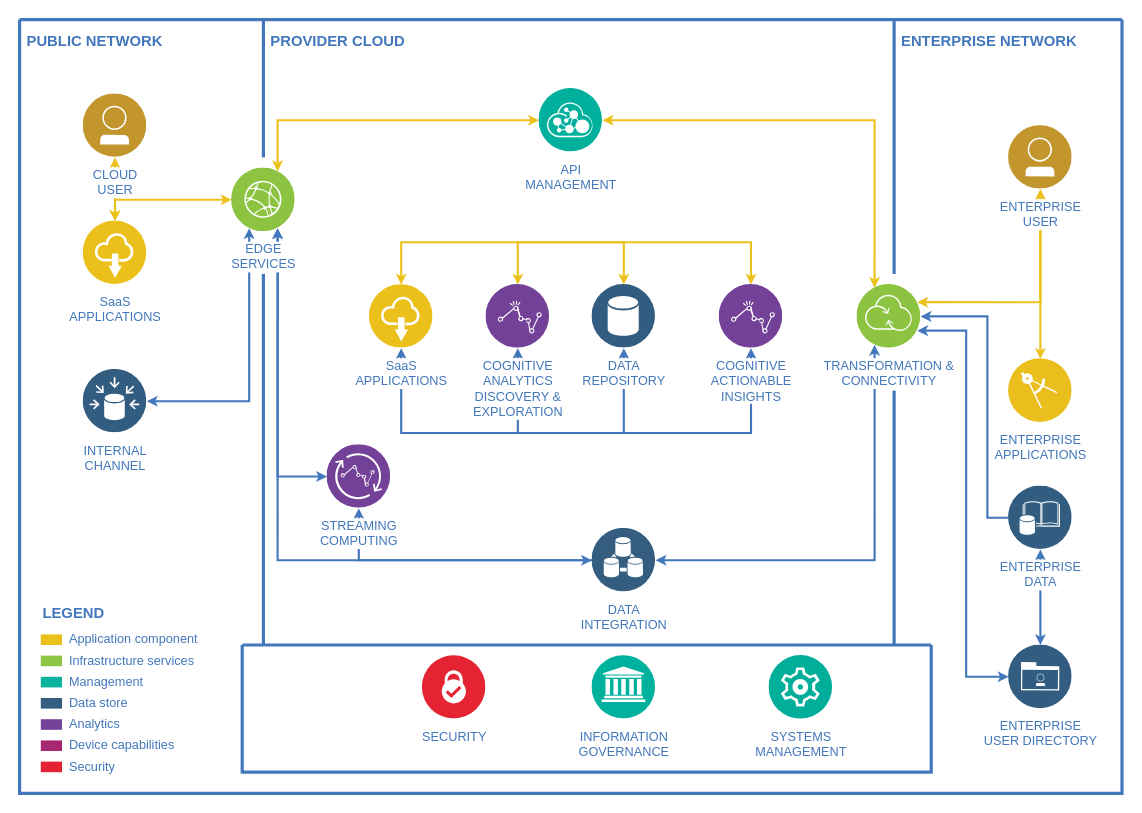
danifcardon/danielCardonProyects keeps this draw.io diagram as Untitled Diagram.drawio. Above is the earlier version. Source tidied: cells renumbered, new cells numbered last; positions are measured from the earlier drawing's top-left corner, leaving out a move shared by most shapes. Both pictures are drawn from the tidied source at 106%, with x=0, y=0 at pixel (19, 19).
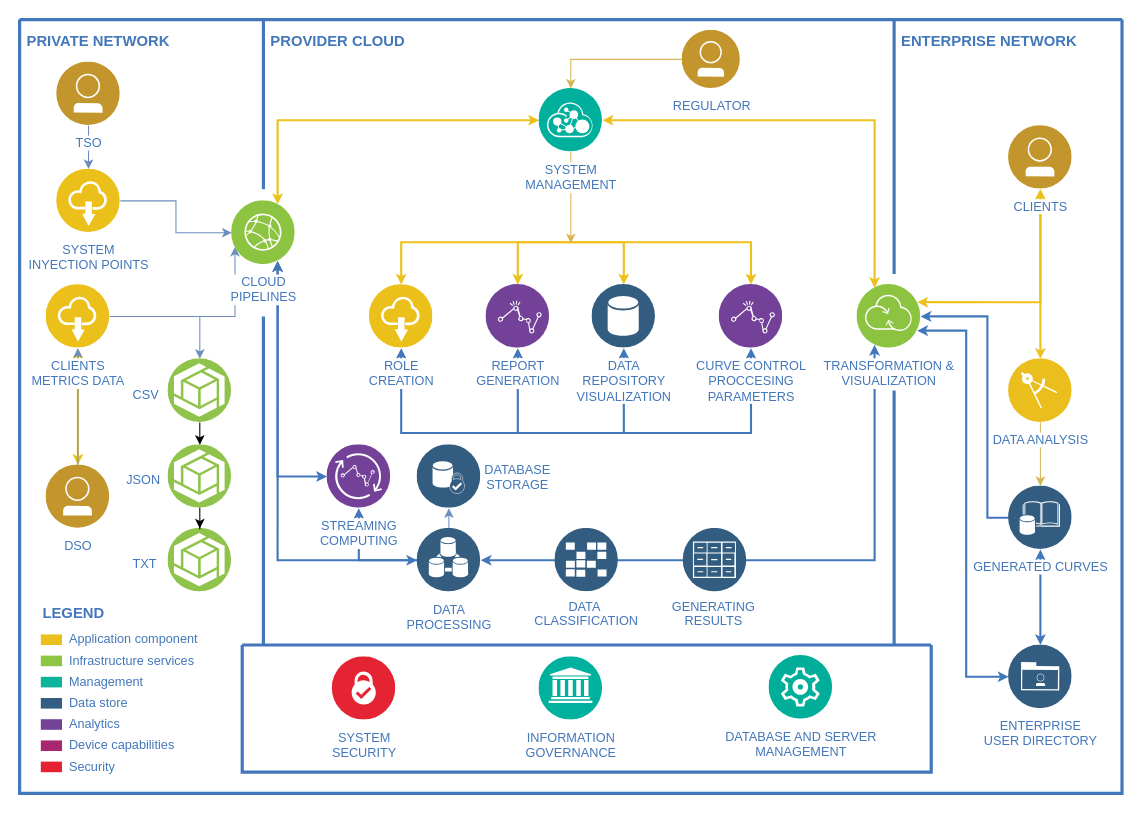
After the change.

The change refers to these unchanged cells:
```xml
<mxCell id="2" style="swimlane;shadow=0;strokeColor=#4277BB;fillColor=#ffffff;fontColor=none;align=right;startSize=0;noLabel=1;strokeWidth=3;" parent="1" vertex="1">
  <mxGeometry width="1040" height="730" as="geometry" />
</mxCell>
<mxCell id="37" style="swimlane;shadow=0;labelBackgroundColor=#007FFF;strokeColor=#4277BB;fillColor=none;gradientColor=none;fontColor=#000000;align=right;startSize=0;strokeWidth=3;" parent="2" vertex="1">
  <mxGeometry x="210" y="590" width="650" height="120" as="geometry" />
</mxCell>
```

What changed in the source:
```diff
@@
-    <mxCell id="5" style="edgeStyle=orthogonalEdgeStyle;rounded=0;html=1;entryX=0.25;entryY=1;labelBackgroundColor=#ffffff;jettySize=auto;strokeColor=#4277BB;fontColor=#000000;strokeWidth=2;endSize=4;startSize=4;startArrow=classic;startFill=1;" parent="2" edge="1" source="23" target="24">
-      <mxGeometry relative="1" as="geometry" />
-    </mxCell>
@@
+    <mxCell id="56" style="edgeStyle=orthogonalEdgeStyle;rounded=0;jettySize=auto;html=1;fillColor=#dae8fc;strokeColor=#6c8ebf;" parent="2" edge="1" source="20" target="22">
+      <mxGeometry relative="1" as="geometry" />
+    </mxCell>
-    <mxCell id="20" value="CLOUD&lt;div&gt;USER&lt;/div&gt;" style="perimeter=ellipsePerimeter;html=1;align=center;shadow=0;dashed=0;image;image=img/lib/ibm/users/user.svg;strokeColor=#FF0000;fillColor=#FFFF66;gradientColor=none;fontColor=#4277BB;labelBackgroundColor=#ffffff;fontSize=12;spacingTop=3;" parent="2" vertex="1">
-      <mxGeometry x="60" y="70" width="60" height="60" as="geometry" />
+    <mxCell id="20" value="DSO" style="perimeter=ellipsePerimeter;html=1;align=center;shadow=0;dashed=0;image;image=img/lib/ibm/users/user.svg;strokeColor=#FF0000;fillColor=#FFFF66;gradientColor=none;fontColor=#4277BB;labelBackgroundColor=#ffffff;fontSize=12;spacingTop=3;" parent="2" vertex="1">
+      <mxGeometry x="25" y="420" width="60" height="60" as="geometry" />
     </mxCell>
+    <mxCell id="57" style="edgeStyle=orthogonalEdgeStyle;rounded=0;jettySize=auto;html=1;fillColor=#dae8fc;strokeColor=#6c8ebf;" parent="2" edge="1" source="22" target="63">
+      <mxGeometry relative="1" as="geometry" />
+    </mxCell>
-    <mxCell id="21" style="edgeStyle=orthogonalEdgeStyle;rounded=0;html=1;labelBackgroundColor=#ffffff;startArrow=classic;startFill=1;startSize=4;endSize=4;jettySize=auto;strokeColor=#EDC11C;strokeWidth=2;fontSize=12;fontColor=#4277BB;" parent="2" edge="1" source="22" target="24">
-      <mxGeometry relative="1" as="geometry">
-        <Array as="points">
-          <mxPoint x="90" y="170" />
-        </Array>
-      </mxGeometry>
+    <mxCell id="21" style="edgeStyle=orthogonalEdgeStyle;rounded=0;jettySize=auto;html=1;entryX=0;entryY=0.75;entryDx=0;entryDy=0;fillColor=#dae8fc;strokeColor=#6c8ebf;" parent="2" edge="1" source="22" target="24">
+      <mxGeometry relative="1" as="geometry" />
     </mxCell>
-    <mxCell id="22" value="SaaS&lt;div&gt;APPLICATIONS&lt;/div&gt;" style="perimeter=ellipsePerimeter;html=1;align=center;shadow=0;dashed=0;image;image=img/lib/ibm/applications/saas_applications.svg;strokeColor=#FF0000;fillColor=#FFFF66;gradientColor=none;fontColor=#4277BB;labelBackgroundColor=#ffffff;spacingTop=3;" parent="2" vertex="1">
-      <mxGeometry x="60" y="190" width="60" height="60" as="geometry" />
+    <mxCell id="22" value="CLIENTS&lt;div&gt;METRICS DATA&lt;/div&gt;" style="perimeter=ellipsePerimeter;html=1;align=center;shadow=0;dashed=0;image;image=img/lib/ibm/applications/saas_applications.svg;strokeColor=#FF0000;fillColor=#FFFF66;gradientColor=none;fontColor=#4277BB;labelBackgroundColor=#ffffff;spacingTop=3;" parent="2" vertex="1">
+      <mxGeometry x="25" y="250" width="60" height="60" as="geometry" />
     </mxCell>
-    <mxCell id="23" value="INTERNAL&lt;div&gt;CHANNEL&lt;/div&gt;" style="perimeter=ellipsePerimeter;html=1;align=center;shadow=0;dashed=0;image;image=img/lib/ibm/data/data_sources.svg;strokeColor=#FF0000;fillColor=#FFFF66;gradientColor=none;fontColor=#4277BB;labelBackgroundColor=#ffffff;spacingTop=3;" parent="2" vertex="1">
-      <mxGeometry x="60" y="330" width="60" height="60" as="geometry" />
-    </mxCell>
-    <mxCell id="24" value="EDGE&lt;div&gt;SERVICES&lt;/div&gt;" style="perimeter=ellipsePerimeter;html=1;align=center;shadow=0;dashed=0;image;image=img/lib/ibm/infrastructure/edge_services.svg;strokeColor=#FF0000;fillColor=#FFFF66;gradientColor=none;fontColor=#4277BB;labelBackgroundColor=#ffffff;spacingTop=3;" parent="2" vertex="1">
-      <mxGeometry x="200" y="140" width="60" height="60" as="geometry" />
+    <mxCell id="24" value="CLOUD&lt;div&gt;PIPELINES&lt;/div&gt;" style="perimeter=ellipsePerimeter;html=1;align=center;shadow=0;dashed=0;image;image=img/lib/ibm/infrastructure/edge_services.svg;strokeColor=#FF0000;fillColor=#FFFF66;gradientColor=none;fontColor=#4277BB;labelBackgroundColor=#ffffff;spacingTop=3;" parent="2" vertex="1">
+      <mxGeometry x="200" y="171" width="60" height="60" as="geometry" />
     </mxCell>
+    <mxCell id="58" style="edgeStyle=orthogonalEdgeStyle;rounded=0;jettySize=auto;html=1;fillColor=#fff2cc;strokeColor=#d6b656;" parent="2" edge="1" source="25">
+      <mxGeometry relative="1" as="geometry">
+        <mxPoint x="520" y="211" as="targetPoint" />
+      </mxGeometry>
+    </mxCell>
-    <mxCell id="25" value="API&lt;div&gt;MANAGEMENT&lt;/div&gt;" style="perimeter=ellipsePerimeter;html=1;align=center;shadow=0;dashed=0;image;image=img/lib/ibm/management/api_management.svg;strokeColor=#FF0000;fillColor=#FFFF66;gradientColor=none;fontColor=#4277BB;labelBackgroundColor=#ffffff;spacingTop=3;" parent="2" vertex="1">
+    <mxCell id="25" value="SYSTEM&lt;div&gt;MANAGEMENT&lt;/div&gt;" style="perimeter=ellipsePerimeter;html=1;align=center;shadow=0;dashed=0;image;image=img/lib/ibm/management/api_management.svg;strokeColor=#FF0000;fillColor=#FFFF66;gradientColor=none;fontColor=#4277BB;labelBackgroundColor=#ffffff;spacingTop=3;" parent="2" vertex="1">
       <mxGeometry x="490" y="65" width="60" height="60" as="geometry" />
     </mxCell>
-    <mxCell id="26" value="SaaS&lt;div&gt;APPLICATIONS&lt;/div&gt;" style="perimeter=ellipsePerimeter;html=1;align=center;shadow=0;dashed=0;image;image=img/lib/ibm/applications/saas_applications.svg;strokeColor=#FF0000;fillColor=#FFFF66;gradientColor=none;fontColor=#4277BB;labelBackgroundColor=#ffffff;spacingTop=3;" parent="2" vertex="1">
+    <mxCell id="26" value="ROLE&lt;div&gt;CREATION&lt;/div&gt;" style="perimeter=ellipsePerimeter;html=1;align=center;shadow=0;dashed=0;image;image=img/lib/ibm/applications/saas_applications.svg;strokeColor=#FF0000;fillColor=#FFFF66;gradientColor=none;fontColor=#4277BB;labelBackgroundColor=#ffffff;spacingTop=3;" parent="2" vertex="1">
       <mxGeometry x="330" y="250" width="60" height="60" as="geometry" />
     </mxCell>
-    <mxCell id="27" value="COGNITIVE&lt;div&gt;ANALYTICS&lt;/div&gt;&lt;div&gt;DISCOVERY &amp;amp;&lt;/div&gt;&lt;div&gt;EXPLORATION&lt;/div&gt;" style="perimeter=ellipsePerimeter;html=1;align=center;shadow=0;dashed=0;image;image=img/lib/ibm/analytics/analytics.svg;strokeColor=#FF0000;fillColor=#FFFF66;gradientColor=none;fontColor=#4277BB;labelBackgroundColor=#ffffff;spacingTop=3;" parent="2" vertex="1">
+    <mxCell id="27" value="REPORT&lt;div&gt;GENERATION&lt;/div&gt;" style="perimeter=ellipsePerimeter;html=1;align=center;shadow=0;dashed=0;image;image=img/lib/ibm/analytics/analytics.svg;strokeColor=#FF0000;fillColor=#FFFF66;gradientColor=none;fontColor=#4277BB;labelBackgroundColor=#ffffff;spacingTop=3;" parent="2" vertex="1">
       <mxGeometry x="440" y="250" width="60" height="60" as="geometry" />
     </mxCell>
-    <mxCell id="28" value="DATA&lt;div&gt;REPOSITORY&lt;/div&gt;" style="perimeter=ellipsePerimeter;html=1;align=center;shadow=0;dashed=0;image;image=img/lib/ibm/data/data_services.svg;strokeColor=#FF0000;fillColor=#FFFF66;gradientColor=none;fontColor=#4277BB;labelBackgroundColor=#ffffff;spacingTop=3;" parent="2" vertex="1">
+    <mxCell id="28" value="DATA&lt;div&gt;REPOSITORY&lt;/div&gt;&lt;div&gt;VISUALIZATION&lt;/div&gt;" style="perimeter=ellipsePerimeter;html=1;align=center;shadow=0;dashed=0;image;image=img/lib/ibm/data/data_services.svg;strokeColor=#FF0000;fillColor=#FFFF66;gradientColor=none;fontColor=#4277BB;labelBackgroundColor=#ffffff;spacingTop=3;" parent="2" vertex="1">
       <mxGeometry x="540" y="250" width="60" height="60" as="geometry" />
     </mxCell>
-    <mxCell id="29" value="COGNITIVE&lt;div&gt;ACTIONABLE&lt;/div&gt;&lt;div&gt;INSIGHTS&lt;/div&gt;" style="perimeter=ellipsePerimeter;html=1;align=center;shadow=0;dashed=0;image;image=img/lib/ibm/analytics/analytics.svg;strokeColor=#FF0000;fillColor=#FFFF66;gradientColor=none;fontColor=#4277BB;labelBackgroundColor=#ffffff;spacingTop=3;" parent="2" vertex="1">
+    <mxCell id="29" value="CURVE CONTROL&lt;div&gt;PROCCESING&lt;/div&gt;&lt;div&gt;PARAMETERS&lt;/div&gt;" style="perimeter=ellipsePerimeter;html=1;align=center;shadow=0;dashed=0;image;image=img/lib/ibm/analytics/analytics.svg;strokeColor=#FF0000;fillColor=#FFFF66;gradientColor=none;fontColor=#4277BB;labelBackgroundColor=#ffffff;spacingTop=3;" parent="2" vertex="1">
       <mxGeometry x="660" y="250" width="60" height="60" as="geometry" />
     </mxCell>
@@
+    <mxCell id="59" style="edgeStyle=orthogonalEdgeStyle;rounded=0;jettySize=auto;html=1;exitX=0.5;exitY=0;exitDx=0;exitDy=0;entryX=0.5;entryY=1;entryDx=0;entryDy=0;fillColor=#dae8fc;strokeColor=#6c8ebf;" parent="2" edge="1" source="31" target="79">
+      <mxGeometry relative="1" as="geometry" />
+    </mxCell>
-    <mxCell id="31" value="DATA&lt;div&gt;INTEGRATION&lt;/div&gt;" style="perimeter=ellipsePerimeter;html=1;align=center;shadow=0;dashed=0;image;image=img/lib/ibm/data/device_registry.svg;strokeColor=#FF0000;fillColor=#FFFF66;gradientColor=none;fontColor=#4277BB;labelBackgroundColor=#ffffff;spacingTop=3;" parent="2" vertex="1">
-      <mxGeometry x="540" y="480" width="60" height="60" as="geometry" />
+    <mxCell id="31" value="DATA&lt;div&gt;PROCESSING&lt;/div&gt;" style="perimeter=ellipsePerimeter;html=1;align=center;shadow=0;dashed=0;image;image=img/lib/ibm/data/device_registry.svg;strokeColor=#FF0000;fillColor=#FFFF66;gradientColor=none;fontColor=#4277BB;labelBackgroundColor=#ffffff;spacingTop=3;" parent="2" vertex="1">
+      <mxGeometry x="375" y="480" width="60" height="60" as="geometry" />
     </mxCell>
-    <mxCell id="32" value="TRANSFORMATION &amp;amp;&lt;div&gt;CONNECTIVITY&lt;/div&gt;" style="perimeter=ellipsePerimeter;html=1;align=center;shadow=0;dashed=0;image;image=img/lib/ibm/infrastructure/transformation_connectivity.svg;strokeColor=#FF0000;fillColor=#FFFF66;gradientColor=none;fontColor=#4277BB;labelBackgroundColor=#ffffff;spacingTop=3;" parent="2" vertex="1">
+    <mxCell id="32" value="TRANSFORMATION &amp;amp;&lt;div&gt;VISUALIZATION&lt;/div&gt;" style="perimeter=ellipsePerimeter;html=1;align=center;shadow=0;dashed=0;image;image=img/lib/ibm/infrastructure/transformation_connectivity.svg;strokeColor=#FF0000;fillColor=#FFFF66;gradientColor=none;fontColor=#4277BB;labelBackgroundColor=#ffffff;spacingTop=3;" parent="2" vertex="1">
       <mxGeometry x="790" y="250" width="60" height="60" as="geometry" />
     </mxCell>
-    <mxCell id="33" value="ENTERPRISE&lt;div&gt;USER&lt;/div&gt;" style="perimeter=ellipsePerimeter;html=1;align=center;shadow=0;dashed=0;image;image=img/lib/ibm/users/user.svg;strokeColor=#FF0000;fillColor=#FFFF66;gradientColor=none;fontColor=#4277BB;labelBackgroundColor=#ffffff;spacingTop=3;" parent="2" vertex="1">
+    <mxCell id="33" value="CLIENTS" style="perimeter=ellipsePerimeter;html=1;align=center;shadow=0;dashed=0;image;image=img/lib/ibm/users/user.svg;strokeColor=#FF0000;fillColor=#FFFF66;gradientColor=none;fontColor=#4277BB;labelBackgroundColor=#ffffff;spacingTop=3;" parent="2" vertex="1">
       <mxGeometry x="933" y="100" width="60" height="60" as="geometry" />
     </mxCell>
+    <mxCell id="60" style="edgeStyle=orthogonalEdgeStyle;rounded=0;jettySize=auto;html=1;fillColor=#fff2cc;strokeColor=#d6b656;" parent="2" edge="1" source="34" target="35">
+      <mxGeometry relative="1" as="geometry" />
+    </mxCell>
-    <mxCell id="34" value="ENTERPRISE&lt;div&gt;APPLICATIONS&lt;/div&gt;" style="perimeter=ellipsePerimeter;html=1;align=center;shadow=0;dashed=0;image;image=img/lib/ibm/applications/enterprise_applications.svg;strokeColor=#FF0000;fillColor=#FFFF66;gradientColor=none;fontColor=#4277BB;labelBackgroundColor=#ffffff;spacingTop=3;" parent="2" vertex="1">
+    <mxCell id="34" value="DATA ANALYSIS" style="perimeter=ellipsePerimeter;html=1;align=center;shadow=0;dashed=0;image;image=img/lib/ibm/applications/enterprise_applications.svg;strokeColor=#FF0000;fillColor=#FFFF66;gradientColor=none;fontColor=#4277BB;labelBackgroundColor=#ffffff;spacingTop=3;" parent="2" vertex="1">
       <mxGeometry x="933" y="320" width="60" height="60" as="geometry" />
     </mxCell>
-    <mxCell id="35" value="ENTERPRISE&lt;div&gt;DATA&lt;/div&gt;" style="perimeter=ellipsePerimeter;html=1;align=center;shadow=0;dashed=0;image;image=img/lib/ibm/data/enterprise_data.svg;strokeColor=#FF0000;fillColor=#FFFF66;gradientColor=none;fontColor=#4277BB;labelBackgroundColor=#ffffff;spacingTop=3;" parent="2" vertex="1">
+    <mxCell id="35" value="GENERATED CURVES" style="perimeter=ellipsePerimeter;html=1;align=center;shadow=0;dashed=0;image;image=img/lib/ibm/data/enterprise_data.svg;strokeColor=#FF0000;fillColor=#FFFF66;gradientColor=none;fontColor=#4277BB;labelBackgroundColor=#ffffff;spacingTop=3;" parent="2" vertex="1">
       <mxGeometry x="933" y="440" width="60" height="60" as="geometry" />
     </mxCell>
@@
-    <mxCell id="38" value="SECURITY" style="perimeter=ellipsePerimeter;html=1;align=center;shadow=0;dashed=0;image;image=img/lib/ibm/blockchain/certificate_authority.svg;strokeColor=#FF0000;fillColor=#FFFF66;gradientColor=none;fontColor=#4277BB;labelBackgroundColor=#ffffff;spacingTop=3;" parent="37" vertex="1">
-      <mxGeometry x="170" y="10" width="60" height="60" as="geometry" />
+    <mxCell id="38" value="&lt;div&gt;SYSTEM&lt;/div&gt;SECURITY" style="perimeter=ellipsePerimeter;html=1;align=center;shadow=0;dashed=0;image;image=img/lib/ibm/blockchain/certificate_authority.svg;strokeColor=#FF0000;fillColor=#FFFF66;gradientColor=none;fontColor=#4277BB;labelBackgroundColor=#ffffff;spacingTop=3;" parent="37" vertex="1">
+      <mxGeometry x="85" y="11" width="60" height="60" as="geometry" />
     </mxCell>
     <mxCell id="39" value="INFORMATION&lt;div&gt;GOVERNANCE&lt;/div&gt;" style="perimeter=ellipsePerimeter;html=1;align=center;shadow=0;dashed=0;image;image=img/lib/ibm/management/information_governance.svg;strokeColor=#FF0000;fillColor=#FFFF66;gradientColor=none;fontColor=#4277BB;labelBackgroundColor=#ffffff;spacingTop=3;" parent="37" vertex="1">
-      <mxGeometry x="330" y="10" width="60" height="60" as="geometry" />
+      <mxGeometry x="280" y="11" width="60" height="60" as="geometry" />
     </mxCell>
-    <mxCell id="40" value="SYSTEMS&lt;div&gt;MANAGEMENT&lt;/div&gt;" style="perimeter=ellipsePerimeter;html=1;align=center;shadow=0;dashed=0;image;image=img/lib/ibm/management/cluster_management.svg;strokeColor=#FF0000;fillColor=#FFFF66;gradientColor=none;fontColor=#4277BB;labelBackgroundColor=#ffffff;spacingTop=3;" parent="37" vertex="1">
+    <mxCell id="40" value="DATABASE AND SERVER&lt;div&gt;MANAGEMENT&lt;/div&gt;" style="perimeter=ellipsePerimeter;html=1;align=center;shadow=0;dashed=0;image;image=img/lib/ibm/management/cluster_management.svg;strokeColor=#FF0000;fillColor=#FFFF66;gradientColor=none;fontColor=#4277BB;labelBackgroundColor=#ffffff;spacingTop=3;" parent="37" vertex="1">
       <mxGeometry x="497" y="10" width="60" height="60" as="geometry" />
     </mxCell>
-    <mxCell id="41" value="PUBLIC NETWORK" style="text;html=1;align=left;verticalAlign=middle;fontColor=#4277BB;shadow=0;dashed=0;strokeColor=none;fillColor=none;labelBackgroundColor=none;fontStyle=1;fontSize=14;spacingLeft=5;" parent="2" vertex="1">
+    <mxCell id="41" value="PRIVATE NETWORK" style="text;html=1;align=left;verticalAlign=middle;fontColor=#4277BB;shadow=0;dashed=0;strokeColor=none;fillColor=none;labelBackgroundColor=none;fontStyle=1;fontSize=14;spacingLeft=5;" parent="2" vertex="1">
       <mxGeometry y="10" width="150" height="20" as="geometry" />
     </mxCell>
     <mxCell id="42" style="line;strokeWidth=3;direction=south;html=1;shadow=0;labelBackgroundColor=none;fillColor=none;gradientColor=none;fontSize=12;fontColor=#4277BB;align=right;strokeColor=#4277BB;" parent="2" vertex="1">
-      <mxGeometry x="225" width="10" height="130" as="geometry" />
+      <mxGeometry x="225" width="10" height="160" as="geometry" />
     </mxCell>
     <mxCell id="43" style="line;strokeWidth=3;direction=south;html=1;shadow=0;labelBackgroundColor=none;fillColor=none;gradientColor=none;fontSize=12;fontColor=#4277BB;align=right;strokeColor=#4277BB;" parent="2" vertex="1">
-      <mxGeometry x="225" y="240" width="10" height="350" as="geometry" />
+      <mxGeometry x="225" y="280" width="10" height="310" as="geometry" />
     </mxCell>
@@
+    <mxCell id="61" style="image;perimeter=ellipsePerimeter;html=1;align=center;shadow=0;dashed=0;fontColor=#4277BB;labelBackgroundColor=default;fontSize=12;spacingTop=3;image=img/lib/ibm/vpc/ObjectStorage.svg;" parent="2" vertex="1">
+      <mxGeometry x="140" y="480" width="60" height="60" as="geometry" />
+    </mxCell>
+    <mxCell id="62" style="edgeStyle=orthogonalEdgeStyle;rounded=0;jettySize=auto;html=1;" parent="2" edge="1" source="63" target="65">
+      <mxGeometry relative="1" as="geometry" />
+    </mxCell>
+    <mxCell id="63" style="image;perimeter=ellipsePerimeter;html=1;align=center;shadow=0;dashed=0;fontColor=#4277BB;labelBackgroundColor=default;fontSize=12;spacingTop=3;image=img/lib/ibm/vpc/ObjectStorage.svg;" parent="2" vertex="1">
+      <mxGeometry x="140" y="320" width="60" height="60" as="geometry" />
+    </mxCell>
+    <mxCell id="64" style="edgeStyle=orthogonalEdgeStyle;rounded=0;jettySize=auto;html=1;" parent="2" edge="1" source="65" target="61">
+      <mxGeometry relative="1" as="geometry" />
+    </mxCell>
+    <mxCell id="65" style="image;perimeter=ellipsePerimeter;html=1;align=center;shadow=0;dashed=0;fontColor=#4277BB;labelBackgroundColor=default;fontSize=12;spacingTop=3;image=img/lib/ibm/vpc/ObjectStorage.svg;" parent="2" vertex="1">
+      <mxGeometry x="140" y="401" width="60" height="60" as="geometry" />
+    </mxCell>
+    <mxCell id="66" value="&lt;font color=&quot;#4277bb&quot;&gt;&lt;span style=&quot;text-wrap: nowrap; background-color: rgb(255, 255, 255);&quot;&gt;CSV&lt;/span&gt;&lt;/font&gt;" style="text;whiteSpace=wrap;html=1;" parent="2" vertex="1">
+      <mxGeometry x="105" y="340" width="120" height="50" as="geometry" />
+    </mxCell>
+    <mxCell id="67" value="&lt;font color=&quot;#4277bb&quot;&gt;&lt;span style=&quot;text-wrap: nowrap; background-color: rgb(255, 255, 255);&quot;&gt;JSON&lt;/span&gt;&lt;/font&gt;" style="text;whiteSpace=wrap;html=1;" parent="2" vertex="1">
+      <mxGeometry x="99" y="421" width="120" height="50" as="geometry" />
+    </mxCell>
+    <mxCell id="68" value="&lt;font color=&quot;#4277bb&quot;&gt;&lt;span style=&quot;text-wrap: nowrap; background-color: rgb(255, 255, 255);&quot;&gt;TXT&lt;/span&gt;&lt;/font&gt;" style="text;whiteSpace=wrap;html=1;" parent="2" vertex="1">
+      <mxGeometry x="105" y="500" width="120" height="50" as="geometry" />
+    </mxCell>
+    <mxCell id="69" style="edgeStyle=orthogonalEdgeStyle;rounded=0;jettySize=auto;html=1;entryX=0.5;entryY=0;entryDx=0;entryDy=0;fillColor=#dae8fc;strokeColor=#6c8ebf;" parent="2" edge="1" source="70" target="72">
+      <mxGeometry relative="1" as="geometry" />
+    </mxCell>
+    <mxCell id="70" value="TSO" style="perimeter=ellipsePerimeter;html=1;align=center;shadow=0;dashed=0;image;image=img/lib/ibm/users/user.svg;strokeColor=#FF0000;fillColor=#FFFF66;gradientColor=none;fontColor=#4277BB;labelBackgroundColor=#ffffff;fontSize=12;spacingTop=3;" parent="2" vertex="1">
+      <mxGeometry x="35" y="40" width="60" height="60" as="geometry" />
+    </mxCell>
+    <mxCell id="71" style="edgeStyle=orthogonalEdgeStyle;rounded=0;jettySize=auto;html=1;entryX=0;entryY=0.5;entryDx=0;entryDy=0;fillColor=#dae8fc;strokeColor=#6c8ebf;" parent="2" edge="1" source="72" target="24">
+      <mxGeometry relative="1" as="geometry" />
+    </mxCell>
+    <mxCell id="72" value="SYSTEM&lt;div&gt;INYECTION POINTS&lt;/div&gt;" style="perimeter=ellipsePerimeter;html=1;align=center;shadow=0;dashed=0;image;image=img/lib/ibm/applications/saas_applications.svg;strokeColor=#FF0000;fillColor=#FFFF66;gradientColor=none;fontColor=#4277BB;labelBackgroundColor=#ffffff;spacingTop=3;" parent="2" vertex="1">
+      <mxGeometry x="35" y="141" width="60" height="60" as="geometry" />
+    </mxCell>
+    <mxCell id="73" style="edgeStyle=orthogonalEdgeStyle;rounded=0;jettySize=auto;html=1;entryX=0.5;entryY=0;entryDx=0;entryDy=0;fillColor=#fff2cc;strokeColor=#d6b656;" parent="2" edge="1" source="74" target="25">
+      <mxGeometry relative="1" as="geometry" />
+    </mxCell>
+    <mxCell id="74" value="REGULATOR" style="perimeter=ellipsePerimeter;html=1;align=center;shadow=0;dashed=0;image;image=img/lib/ibm/users/user.svg;strokeColor=#FF0000;fillColor=#FFFF66;gradientColor=none;fontColor=#4277BB;labelBackgroundColor=#ffffff;spacingTop=3;" parent="2" vertex="1">
+      <mxGeometry x="625" y="10" width="55" height="55" as="geometry" />
+    </mxCell>
+    <mxCell id="75" style="image;perimeter=ellipsePerimeter;html=1;align=center;shadow=0;dashed=0;fontColor=#4277BB;labelBackgroundColor=default;fontSize=12;spacingTop=3;image=img/lib/ibm/data/file_repository.svg;" parent="2" vertex="1">
+      <mxGeometry x="626" y="480" width="60" height="60" as="geometry" />
+    </mxCell>
+    <mxCell id="76" value="&lt;font color=&quot;#4277bb&quot;&gt;&lt;span style=&quot;text-wrap: nowrap; background-color: rgb(255, 255, 255);&quot;&gt;GENERATING&lt;/span&gt;&lt;/font&gt;&lt;div&gt;&lt;font color=&quot;#4277bb&quot;&gt;&lt;span style=&quot;text-wrap: nowrap; background-color: rgb(255, 255, 255);&quot;&gt;RESULTS&lt;/span&gt;&lt;/font&gt;&lt;/div&gt;" style="text;whiteSpace=wrap;html=1;align=center;" parent="2" vertex="1">
+      <mxGeometry x="595" y="540" width="120" height="50" as="geometry" />
+    </mxCell>
+    <mxCell id="77" style="image;perimeter=ellipsePerimeter;html=1;align=center;shadow=0;dashed=0;fontColor=#4277BB;labelBackgroundColor=default;fontSize=12;spacingTop=3;image=img/lib/ibm/data/caches.svg;" parent="2" vertex="1">
+      <mxGeometry x="505" y="480" width="60" height="60" as="geometry" />
+    </mxCell>
+    <mxCell id="78" value="&lt;font color=&quot;#4277bb&quot;&gt;&lt;span style=&quot;text-wrap: nowrap; background-color: rgb(255, 255, 255);&quot;&gt;DATA&amp;nbsp;&lt;/span&gt;&lt;/font&gt;&lt;div style=&quot;&quot;&gt;&lt;font color=&quot;#4277bb&quot;&gt;&lt;span style=&quot;text-wrap: nowrap; background-color: rgb(255, 255, 255);&quot;&gt;CLASSIFICATION&lt;/span&gt;&lt;/font&gt;&lt;/div&gt;" style="text;whiteSpace=wrap;html=1;align=center;" parent="2" vertex="1">
+      <mxGeometry x="475" y="540" width="120" height="50" as="geometry" />
+    </mxCell>
+    <mxCell id="79" style="image;perimeter=ellipsePerimeter;html=1;align=center;shadow=0;dashed=0;fontColor=#4277BB;labelBackgroundColor=default;fontSize=12;spacingTop=3;image=img/lib/ibm/data/device_identity_service.svg;" parent="2" vertex="1">
+      <mxGeometry x="375" y="401" width="60" height="60" as="geometry" />
+    </mxCell>
+    <mxCell id="80" value="&lt;font color=&quot;#4277bb&quot;&gt;&lt;span style=&quot;text-wrap: nowrap; background-color: rgb(255, 255, 255);&quot;&gt;DATABASE&lt;/span&gt;&lt;/font&gt;&lt;div&gt;&lt;font color=&quot;#4277bb&quot;&gt;&lt;span style=&quot;text-wrap: nowrap; background-color: rgb(255, 255, 255);&quot;&gt;STORAGE&lt;/span&gt;&lt;/font&gt;&lt;/div&gt;" style="text;whiteSpace=wrap;html=1;align=center;" parent="2" vertex="1">
+      <mxGeometry x="410" y="411" width="120" height="50" as="geometry" />
+    </mxCell>
```
